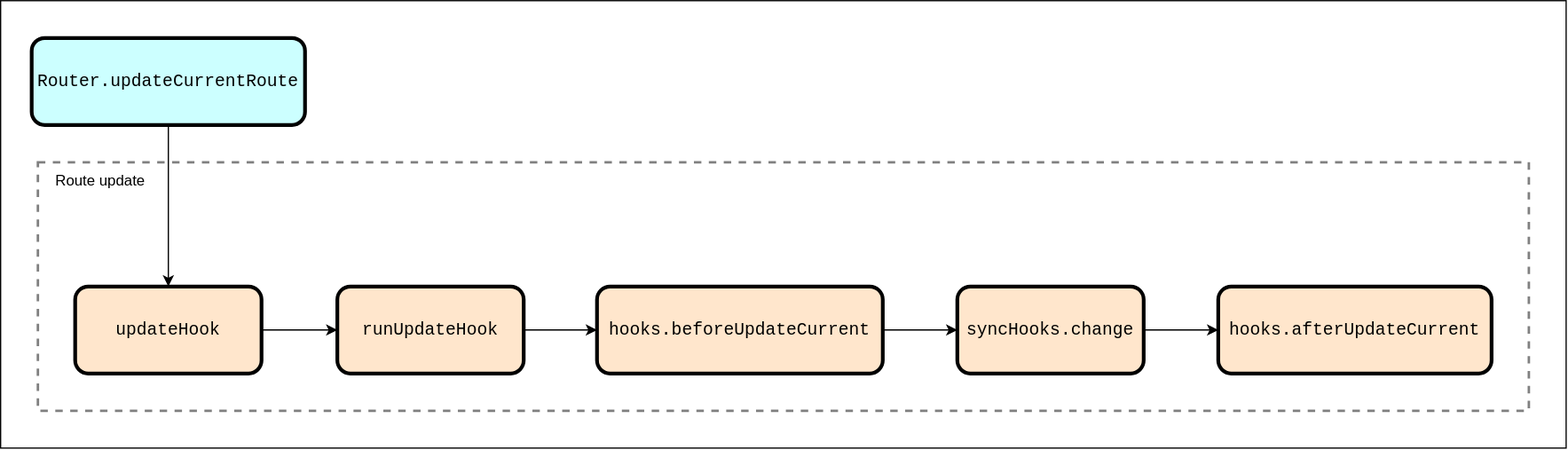
Earlier version of the draw.io export tools/docSite/static/img/router/hooks.update.drawio.svg (tramvaijs/tramvai). Source tidied: cells renumbered, new cells last; positions are measured from the earlier drawing's top-left corner, leaving out a move shared by most shapes. Source of this version:
```xml
<mxGraphModel>
  <root>
    <mxCell id="0" />
    <mxCell id="1" parent="0" />
    <mxCell id="2" style="rounded=0;whiteSpace=wrap;html=1;fillColor=none;strokeWidth=1;strokeColor=#000000;" parent="1" vertex="1">
      <mxGeometry width="1260" height="360" as="geometry" />
    </mxCell>
    <mxCell id="3" style="rounded=0;whiteSpace=wrap;html=1;labelBackgroundColor=none;strokeColor=#808080;strokeWidth=2;fontSize=12;fontColor=#000000;fillColor=none;dashed=1;align=left;" parent="1" vertex="1">
      <mxGeometry x="30" y="130" width="1200" height="200" as="geometry" />
    </mxCell>
    <mxCell id="4" style="edgeStyle=none;html=1;exitX=1;exitY=0.5;exitDx=0;exitDy=0;fontSize=12;fontColor=#000000;entryX=0;entryY=0.5;entryDx=0;entryDy=0;" parent="1" edge="1" source="5" target="7">
      <mxGeometry relative="1" as="geometry" />
    </mxCell>
    <mxCell id="5" value="&lt;div style=&quot;font-family: &amp;quot;JetBrains Mono&amp;quot;, Menlo, Monaco, &amp;quot;Courier New&amp;quot;, monospace, Menlo, Monaco, &amp;quot;Courier New&amp;quot;, monospace; font-size: 14px; line-height: 21px;&quot;&gt;&lt;span style=&quot;&quot;&gt;updateHook&lt;/span&gt;&lt;/div&gt;" style="rounded=1;whiteSpace=wrap;html=1;fillColor=#FFE6CC;fontColor=#000000;labelBackgroundColor=none;strokeWidth=3;strokeColor=#000000;" parent="1" vertex="1">
      <mxGeometry x="60" y="230" width="150" height="70" as="geometry" />
    </mxCell>
    <mxCell id="6" style="edgeStyle=none;html=1;exitX=1;exitY=0.5;exitDx=0;exitDy=0;entryX=0;entryY=0.5;entryDx=0;entryDy=0;" parent="1" edge="1" source="7" target="11">
      <mxGeometry relative="1" as="geometry" />
    </mxCell>
    <mxCell id="7" value="&lt;div style=&quot;font-family: &amp;quot;JetBrains Mono&amp;quot;, Menlo, Monaco, &amp;quot;Courier New&amp;quot;, monospace, Menlo, Monaco, &amp;quot;Courier New&amp;quot;, monospace; font-size: 14px; line-height: 21px;&quot;&gt;&lt;span style=&quot;&quot;&gt;runUpdateHook&lt;/span&gt;&lt;/div&gt;" style="rounded=1;whiteSpace=wrap;html=1;fillColor=#FFE6CC;fontColor=#000000;labelBackgroundColor=none;strokeWidth=3;strokeColor=#000000;" parent="1" vertex="1">
      <mxGeometry x="271" y="230" width="150" height="70" as="geometry" />
    </mxCell>
    <mxCell id="8" style="edgeStyle=none;html=1;fontColor=#000000;" parent="1" edge="1" source="9" target="5">
      <mxGeometry relative="1" as="geometry" />
    </mxCell>
    <mxCell id="9" value="&lt;div style=&quot;font-family: &amp;quot;JetBrains Mono&amp;quot;, Menlo, Monaco, &amp;quot;Courier New&amp;quot;, monospace, Menlo, Monaco, &amp;quot;Courier New&amp;quot;, monospace; font-size: 14px; line-height: 21px;&quot;&gt;Router.updateCurrentRoute&lt;/div&gt;" style="rounded=1;whiteSpace=wrap;html=1;fillColor=#CCFFFF;fontColor=#000000;labelBackgroundColor=none;strokeWidth=3;strokeColor=#000000;" parent="1" vertex="1">
      <mxGeometry x="25" y="30" width="220" height="70" as="geometry" />
    </mxCell>
    <mxCell id="10" style="edgeStyle=none;html=1;" parent="1" edge="1" source="11" target="13">
      <mxGeometry relative="1" as="geometry" />
    </mxCell>
    <mxCell id="11" value="&lt;div style=&quot;font-family: &amp;quot;JetBrains Mono&amp;quot;, Menlo, Monaco, &amp;quot;Courier New&amp;quot;, monospace, Menlo, Monaco, &amp;quot;Courier New&amp;quot;, monospace; font-size: 14px; line-height: 21px;&quot;&gt;hooks.beforeUpdateCurrent&lt;br&gt;&lt;/div&gt;" style="rounded=1;whiteSpace=wrap;html=1;fillColor=#FFE6CC;fontColor=#000000;labelBackgroundColor=none;strokeWidth=3;strokeColor=#000000;" parent="1" vertex="1">
      <mxGeometry x="480" y="230" width="230" height="70" as="geometry" />
    </mxCell>
    <mxCell id="12" style="edgeStyle=none;html=1;" parent="1" edge="1" source="13" target="14">
      <mxGeometry relative="1" as="geometry" />
    </mxCell>
    <mxCell id="13" value="&lt;div style=&quot;font-family: &amp;quot;JetBrains Mono&amp;quot;, Menlo, Monaco, &amp;quot;Courier New&amp;quot;, monospace, Menlo, Monaco, &amp;quot;Courier New&amp;quot;, monospace; font-size: 14px; line-height: 21px;&quot;&gt;&lt;span style=&quot;&quot;&gt;syncHooks.change&lt;/span&gt;&lt;/div&gt;" style="rounded=1;whiteSpace=wrap;html=1;fillColor=#FFE6CC;fontColor=#000000;labelBackgroundColor=none;strokeWidth=3;strokeColor=#000000;" parent="1" vertex="1">
      <mxGeometry x="770" y="230" width="150" height="70" as="geometry" />
    </mxCell>
    <mxCell id="14" value="&lt;div style=&quot;font-family: &amp;quot;JetBrains Mono&amp;quot;, Menlo, Monaco, &amp;quot;Courier New&amp;quot;, monospace, Menlo, Monaco, &amp;quot;Courier New&amp;quot;, monospace; font-size: 14px; line-height: 21px;&quot;&gt;hooks.afterUpdateCurrent&lt;br&gt;&lt;/div&gt;" style="rounded=1;whiteSpace=wrap;html=1;fillColor=#FFE6CC;fontColor=#000000;labelBackgroundColor=none;strokeWidth=3;strokeColor=#000000;" parent="1" vertex="1">
      <mxGeometry x="980" y="230" width="220" height="70" as="geometry" />
    </mxCell>
    <mxCell id="15" value="Route update" style="text;html=1;align=center;verticalAlign=middle;strokeColor=none;fillColor=none;" parent="1" vertex="1">
      <mxGeometry x="30" y="130" width="100" height="30" as="geometry" />
    </mxCell>
  </root>
</mxGraphModel>
```
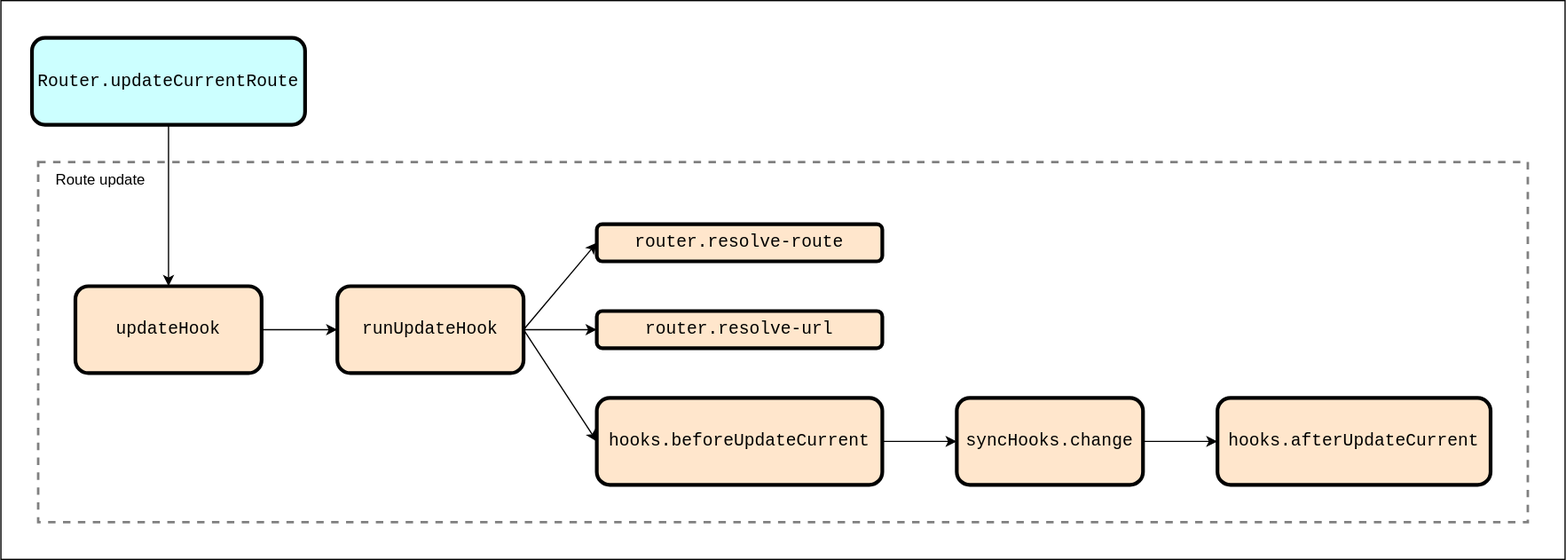
Above is the later version.

What changed in the source:
```diff
@@ -3,10 +3,10 @@
     <mxCell id="0" />
     <mxCell id="1" parent="0" />
     <mxCell id="2" style="rounded=0;whiteSpace=wrap;html=1;fillColor=none;strokeWidth=1;strokeColor=#000000;" parent="1" vertex="1">
-      <mxGeometry width="1260" height="360" as="geometry" />
+      <mxGeometry width="1260" height="450" as="geometry" />
     </mxCell>
     <mxCell id="3" style="rounded=0;whiteSpace=wrap;html=1;labelBackgroundColor=none;strokeColor=#808080;strokeWidth=2;fontSize=12;fontColor=#000000;fillColor=none;dashed=1;align=left;" parent="1" vertex="1">
-      <mxGeometry x="30" y="130" width="1200" height="200" as="geometry" />
+      <mxGeometry x="30" y="130" width="1200" height="290" as="geometry" />
     </mxCell>
     <mxCell id="4" style="edgeStyle=none;html=1;exitX=1;exitY=0.5;exitDx=0;exitDy=0;fontSize=12;fontColor=#000000;entryX=0;entryY=0.5;entryDx=0;entryDy=0;" parent="1" edge="1" source="5" target="7">
       <mxGeometry relative="1" as="geometry" />
@@ -17,6 +17,12 @@
     <mxCell id="6" style="edgeStyle=none;html=1;exitX=1;exitY=0.5;exitDx=0;exitDy=0;entryX=0;entryY=0.5;entryDx=0;entryDy=0;" parent="1" edge="1" source="7" target="11">
       <mxGeometry relative="1" as="geometry" />
     </mxCell>
+    <mxCell id="16" style="edgeStyle=none;html=1;entryX=0;entryY=0.5;entryDx=0;entryDy=0;exitX=1;exitY=0.5;exitDx=0;exitDy=0;" parent="1" edge="1" source="7" target="19">
+      <mxGeometry relative="1" as="geometry" />
+    </mxCell>
+    <mxCell id="17" style="edgeStyle=none;html=1;entryX=0;entryY=0.5;entryDx=0;entryDy=0;" parent="1" edge="1" source="7" target="18">
+      <mxGeometry relative="1" as="geometry" />
+    </mxCell>
     <mxCell id="7" value="&lt;div style=&quot;font-family: &amp;quot;JetBrains Mono&amp;quot;, Menlo, Monaco, &amp;quot;Courier New&amp;quot;, monospace, Menlo, Monaco, &amp;quot;Courier New&amp;quot;, monospace; font-size: 14px; line-height: 21px;&quot;&gt;&lt;span style=&quot;&quot;&gt;runUpdateHook&lt;/span&gt;&lt;/div&gt;" style="rounded=1;whiteSpace=wrap;html=1;fillColor=#FFE6CC;fontColor=#000000;labelBackgroundColor=none;strokeWidth=3;strokeColor=#000000;" parent="1" vertex="1">
       <mxGeometry x="271" y="230" width="150" height="70" as="geometry" />
     </mxCell>
@@ -30,19 +36,25 @@
       <mxGeometry relative="1" as="geometry" />
     </mxCell>
     <mxCell id="11" value="&lt;div style=&quot;font-family: &amp;quot;JetBrains Mono&amp;quot;, Menlo, Monaco, &amp;quot;Courier New&amp;quot;, monospace, Menlo, Monaco, &amp;quot;Courier New&amp;quot;, monospace; font-size: 14px; line-height: 21px;&quot;&gt;hooks.beforeUpdateCurrent&lt;br&gt;&lt;/div&gt;" style="rounded=1;whiteSpace=wrap;html=1;fillColor=#FFE6CC;fontColor=#000000;labelBackgroundColor=none;strokeWidth=3;strokeColor=#000000;" parent="1" vertex="1">
-      <mxGeometry x="480" y="230" width="230" height="70" as="geometry" />
+      <mxGeometry x="480" y="320" width="230" height="70" as="geometry" />
     </mxCell>
     <mxCell id="12" style="edgeStyle=none;html=1;" parent="1" edge="1" source="13" target="14">
       <mxGeometry relative="1" as="geometry" />
     </mxCell>
     <mxCell id="13" value="&lt;div style=&quot;font-family: &amp;quot;JetBrains Mono&amp;quot;, Menlo, Monaco, &amp;quot;Courier New&amp;quot;, monospace, Menlo, Monaco, &amp;quot;Courier New&amp;quot;, monospace; font-size: 14px; line-height: 21px;&quot;&gt;&lt;span style=&quot;&quot;&gt;syncHooks.change&lt;/span&gt;&lt;/div&gt;" style="rounded=1;whiteSpace=wrap;html=1;fillColor=#FFE6CC;fontColor=#000000;labelBackgroundColor=none;strokeWidth=3;strokeColor=#000000;" parent="1" vertex="1">
-      <mxGeometry x="770" y="230" width="150" height="70" as="geometry" />
+      <mxGeometry x="770" y="320" width="150" height="70" as="geometry" />
     </mxCell>
     <mxCell id="14" value="&lt;div style=&quot;font-family: &amp;quot;JetBrains Mono&amp;quot;, Menlo, Monaco, &amp;quot;Courier New&amp;quot;, monospace, Menlo, Monaco, &amp;quot;Courier New&amp;quot;, monospace; font-size: 14px; line-height: 21px;&quot;&gt;hooks.afterUpdateCurrent&lt;br&gt;&lt;/div&gt;" style="rounded=1;whiteSpace=wrap;html=1;fillColor=#FFE6CC;fontColor=#000000;labelBackgroundColor=none;strokeWidth=3;strokeColor=#000000;" parent="1" vertex="1">
-      <mxGeometry x="980" y="230" width="220" height="70" as="geometry" />
+      <mxGeometry x="980" y="320" width="220" height="70" as="geometry" />
     </mxCell>
     <mxCell id="15" value="Route update" style="text;html=1;align=center;verticalAlign=middle;strokeColor=none;fillColor=none;" parent="1" vertex="1">
       <mxGeometry x="30" y="130" width="100" height="30" as="geometry" />
     </mxCell>
+    <mxCell id="18" value="&lt;div style=&quot;font-family: &amp;quot;JetBrains Mono&amp;quot;, Menlo, Monaco, &amp;quot;Courier New&amp;quot;, monospace, Menlo, Monaco, &amp;quot;Courier New&amp;quot;, monospace; font-size: 14px; line-height: 21px;&quot;&gt;router.resolve-url&lt;br&gt;&lt;/div&gt;" style="rounded=1;whiteSpace=wrap;html=1;fillColor=#FFE6CC;fontColor=#000000;labelBackgroundColor=none;strokeWidth=3;strokeColor=#000000;" parent="1" vertex="1">
+      <mxGeometry x="480" y="250" width="230" height="30" as="geometry" />
+    </mxCell>
+    <mxCell id="19" value="&lt;div style=&quot;font-family: &amp;quot;JetBrains Mono&amp;quot;, Menlo, Monaco, &amp;quot;Courier New&amp;quot;, monospace, Menlo, Monaco, &amp;quot;Courier New&amp;quot;, monospace; font-size: 14px; line-height: 21px;&quot;&gt;router.resolve-route&lt;br&gt;&lt;/div&gt;" style="rounded=1;whiteSpace=wrap;html=1;fillColor=#FFE6CC;fontColor=#000000;labelBackgroundColor=none;strokeWidth=3;strokeColor=#000000;" parent="1" vertex="1">
+      <mxGeometry x="480" y="180" width="230" height="30" as="geometry" />
+    </mxCell>
   </root>
 </mxGraphModel>
```
